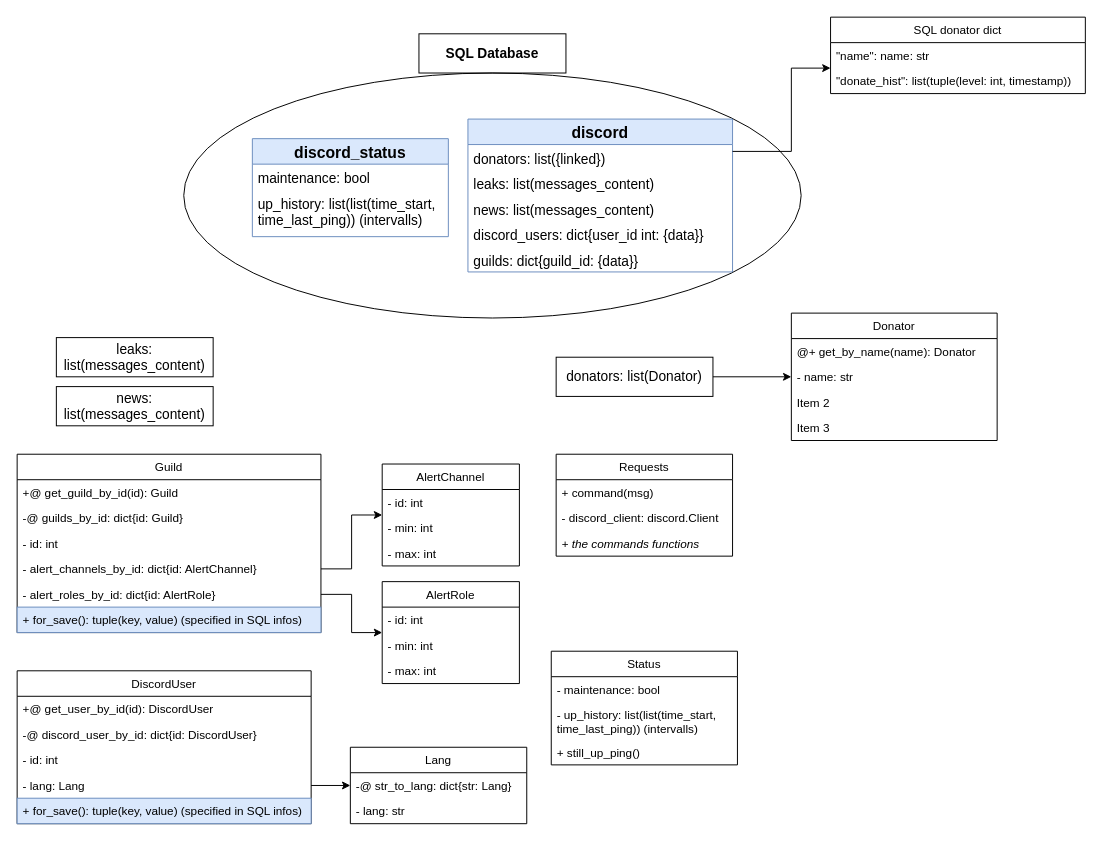
The draw.io diagram page "Obj Discord Bot" (3 of 6) of auction bot global architecture.drawio in LupyXev/auction-bot-rewrite, before the edit. Source tidied: cells renumbered, new cells numbered last; positions are measured from the earlier drawing's top-left corner, leaving out a move shared by most shapes. Both pictures are drawn from the tidied source at 98%, with x=0, y=0 at pixel (17, 17).
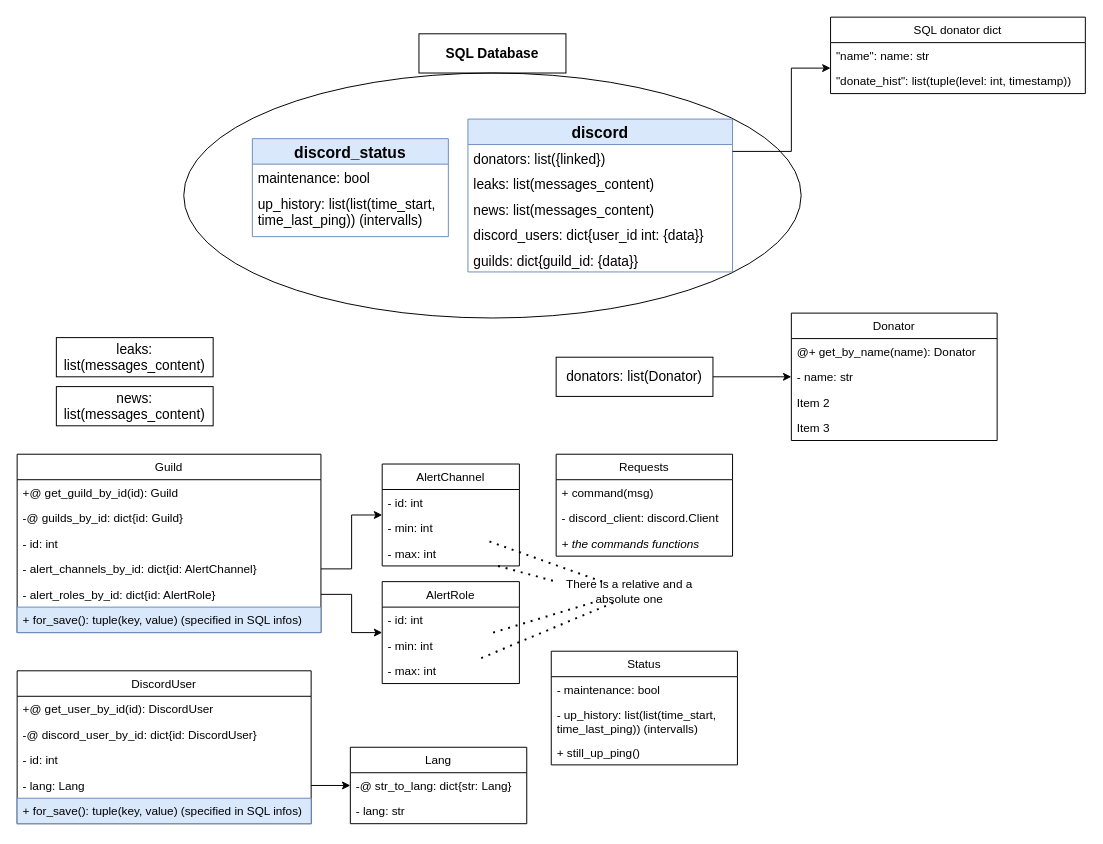
The same diagram, later.

The change refers to these unchanged cells:
```xml
<mxCell id="24" value="- min: int" style="text;strokeColor=none;fillColor=none;align=left;verticalAlign=top;spacingLeft=4;spacingRight=4;overflow=hidden;points=[[0,0.5],[1,0.5]];portConstraint=eastwest;" parent="22" vertex="1">
  <mxGeometry y="52" width="140" height="26" as="geometry" />
</mxCell>
<mxCell id="25" value="- max: int" style="text;strokeColor=none;fillColor=none;align=left;verticalAlign=top;spacingLeft=4;spacingRight=4;overflow=hidden;points=[[0,0.5],[1,0.5]];portConstraint=eastwest;" parent="22" vertex="1">
  <mxGeometry y="78" width="140" height="26" as="geometry" />
</mxCell>
<mxCell id="29" value="- min: int" style="text;strokeColor=none;fillColor=none;align=left;verticalAlign=top;spacingLeft=4;spacingRight=4;overflow=hidden;points=[[0,0.5],[1,0.5]];portConstraint=eastwest;" parent="27" vertex="1">
  <mxGeometry y="52" width="140" height="26" as="geometry" />
</mxCell>
<mxCell id="30" value="- max: int" style="text;strokeColor=none;fillColor=none;align=left;verticalAlign=top;spacingLeft=4;spacingRight=4;overflow=hidden;points=[[0,0.5],[1,0.5]];portConstraint=eastwest;" parent="27" vertex="1">
  <mxGeometry y="78" width="140" height="26" as="geometry" />
</mxCell>
```

The edit, as a diff of the source:
```diff
@@
+    <mxCell id="61" value="There is a relative and a absolute one" style="text;html=1;strokeColor=none;fillColor=none;align=center;verticalAlign=middle;whiteSpace=wrap;rounded=0;" parent="1" vertex="1">
+      <mxGeometry x="550" y="576" width="150" height="20" as="geometry" />
+    </mxCell>
+    <mxCell id="62" style="endArrow=none;dashed=1;html=1;dashPattern=1 3;strokeWidth=2;" parent="1" edge="1" source="61" target="24">
+      <mxGeometry relative="1" as="geometry" />
+    </mxCell>
+    <mxCell id="63" style="endArrow=none;dashed=1;html=1;dashPattern=1 3;strokeWidth=2;entryX=0;entryY=0;entryDx=0;entryDy=0;" parent="1" edge="1" source="25" target="61">
+      <mxGeometry relative="1" as="geometry" />
+    </mxCell>
+    <mxCell id="64" style="endArrow=none;dashed=1;html=1;dashPattern=1 3;strokeWidth=2;" parent="1" edge="1" source="29" target="61">
+      <mxGeometry relative="1" as="geometry" />
+    </mxCell>
+    <mxCell id="65" style="endArrow=none;dashed=1;html=1;dashPattern=1 3;strokeWidth=2;entryX=0.413;entryY=1;entryDx=0;entryDy=0;entryPerimeter=0;" parent="1" edge="1" source="30" target="61">
+      <mxGeometry relative="1" as="geometry" />
+    </mxCell>
```
